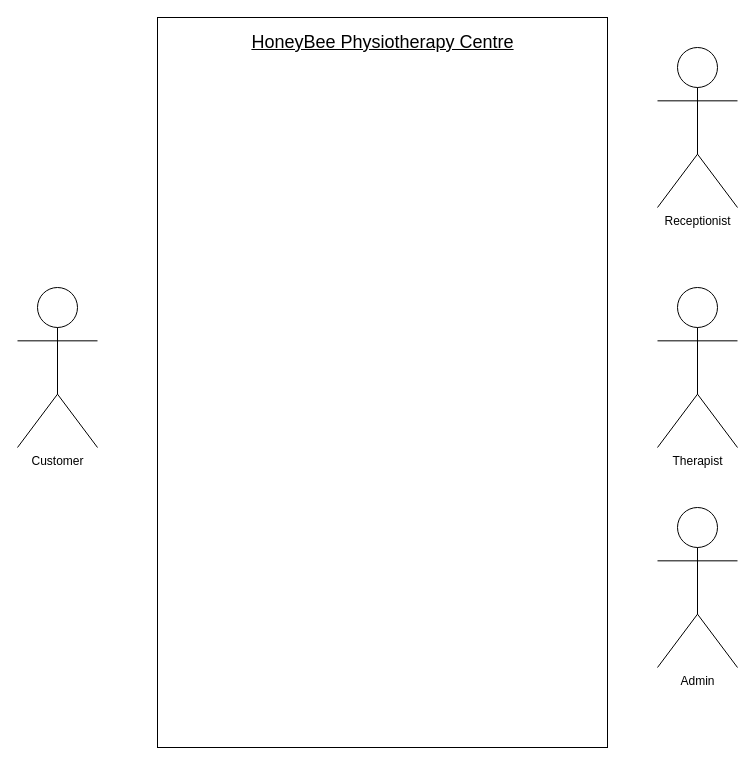
The draw.io diagram ISWE Use Case Grp Assg.drawio in JussSelenite/JussSelenite, before the edit. Source tidied: cells renumbered, new cells numbered last; positions are measured from the earlier drawing's top-left corner, leaving out a move shared by most shapes. Both pictures are drawn from the tidied source at 100%, with x=0, y=0 at pixel (17, 17).
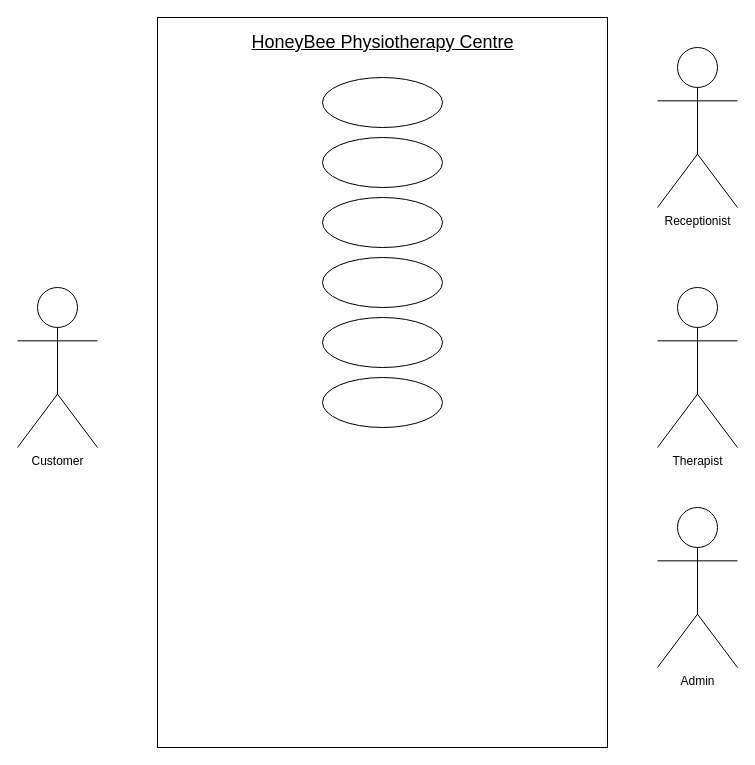
Above is the later version.

What changed in the source:
```diff
@@
 <mxGraphModel>
   <root>
     <mxCell id="0" />
     <mxCell id="1" parent="0" />
     <mxCell id="2" style="rounded=0;whiteSpace=wrap;html=1;" parent="1" vertex="1">
       <mxGeometry x="140" width="450" height="730" as="geometry" />
     </mxCell>
     <mxCell id="3" value="Customer" style="shape=umlActor;html=1;verticalLabelPosition=bottom;verticalAlign=top;align=center;" parent="1" vertex="1">
       <mxGeometry y="270" width="80" height="160" as="geometry" />
     </mxCell>
     <mxCell id="4" value="Receptionist" style="shape=umlActor;html=1;verticalLabelPosition=bottom;verticalAlign=top;align=center;" parent="1" vertex="1">
       <mxGeometry x="640" y="30" width="80" height="160" as="geometry" />
     </mxCell>
     <mxCell id="5" value="Therapist" style="shape=umlActor;html=1;verticalLabelPosition=bottom;verticalAlign=top;align=center;" parent="1" vertex="1">
       <mxGeometry x="640" y="270" width="80" height="160" as="geometry" />
     </mxCell>
     <mxCell id="6" value="Admin" style="shape=umlActor;html=1;verticalLabelPosition=bottom;verticalAlign=top;align=center;" parent="1" vertex="1">
       <mxGeometry x="640" y="490" width="80" height="160" as="geometry" />
     </mxCell>
     <mxCell id="7" value="HoneyBee Physiotherapy Centre" style="text;html=1;strokeColor=none;fillColor=none;align=center;verticalAlign=middle;whiteSpace=wrap;rounded=0;fontSize=18;fontStyle=4;" parent="1" vertex="1">
       <mxGeometry x="217.5" y="10" width="295" height="30" as="geometry" />
     </mxCell>
+    <mxCell id="8" style="ellipse;whiteSpace=wrap;html=1;" parent="1" vertex="1">
+      <mxGeometry x="305" y="60" width="120" height="50" as="geometry" />
+    </mxCell>
+    <mxCell id="9" style="ellipse;whiteSpace=wrap;html=1;" parent="1" vertex="1">
+      <mxGeometry x="305" y="120" width="120" height="50" as="geometry" />
+    </mxCell>
+    <mxCell id="10" style="ellipse;whiteSpace=wrap;html=1;" parent="1" vertex="1">
+      <mxGeometry x="305" y="240" width="120" height="50" as="geometry" />
+    </mxCell>
+    <mxCell id="11" style="ellipse;whiteSpace=wrap;html=1;" parent="1" vertex="1">
+      <mxGeometry x="305" y="180" width="120" height="50" as="geometry" />
+    </mxCell>
+    <mxCell id="12" style="ellipse;whiteSpace=wrap;html=1;" parent="1" vertex="1">
+      <mxGeometry x="305" y="360" width="120" height="50" as="geometry" />
+    </mxCell>
+    <mxCell id="13" style="ellipse;whiteSpace=wrap;html=1;" parent="1" vertex="1">
+      <mxGeometry x="305" y="300" width="120" height="50" as="geometry" />
+    </mxCell>
   </root>
 </mxGraphModel>
```
